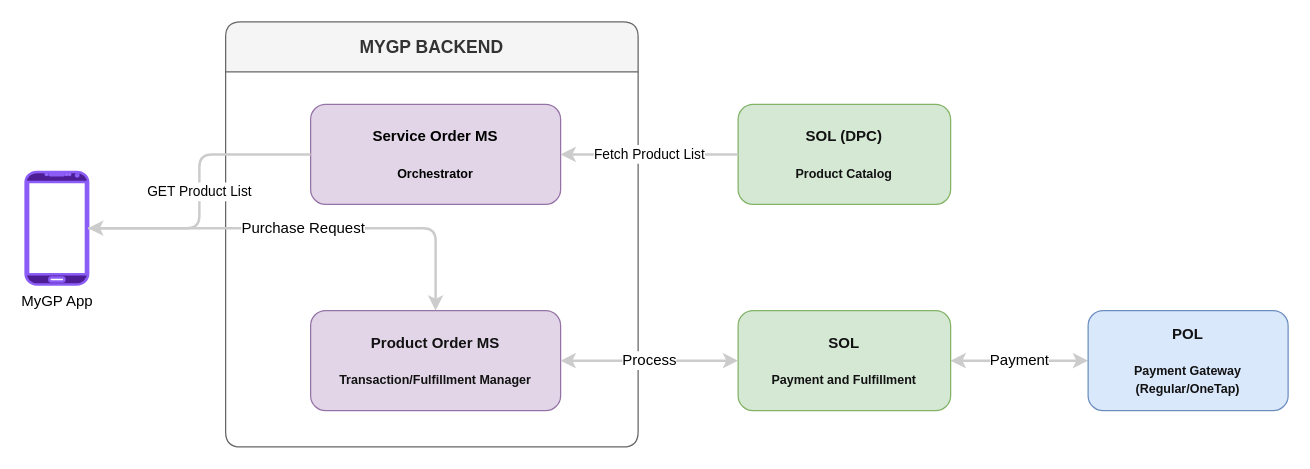
theasad/draw.io keeps this draw.io diagram as MyGP<->SOL Intigration.drawio. Above is the earlier version. Source tidied: cells renumbered, new cells numbered last; positions are measured from the earlier drawing's top-left corner, leaving out a move shared by most shapes. Both pictures are drawn from the tidied source at 125%, with x=0, y=0 at pixel (25, 21).
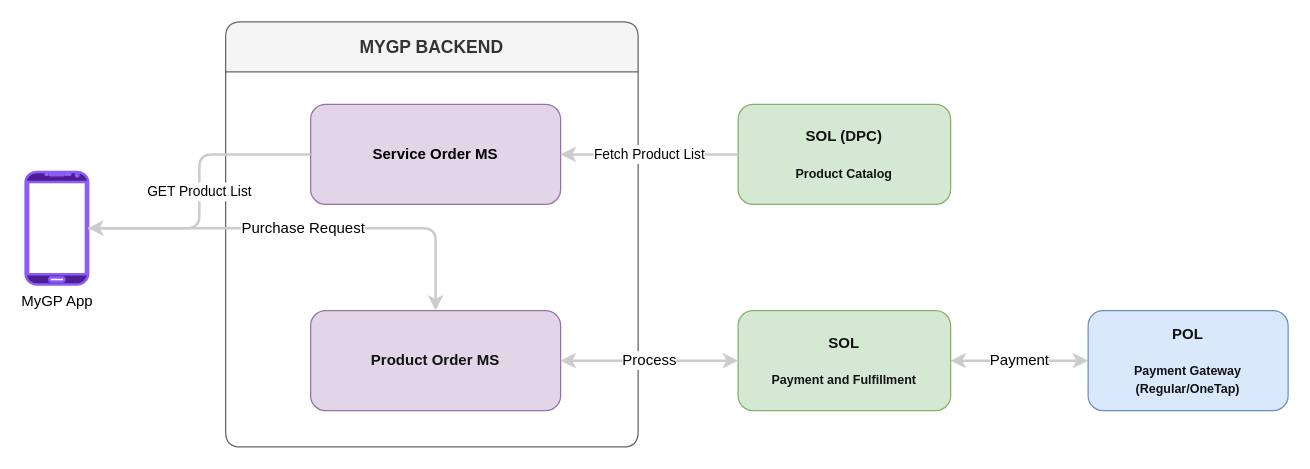
The same page after the edit.

The edit, as a diff of the source:
```diff
@@
 <mxGraphModel>
   <root>
     <mxCell id="0" />
     <mxCell id="1" parent="0" />
     <mxCell id="2" value="MyGP App" style="verticalLabelPosition=bottom;verticalAlign=top;html=1;shadow=0;dashed=0;outlineConnect=0;shape=mxgraph.android.phone2;fillColor=#4c1d95;strokeColor=#8b5cf6;strokeWidth=2;" parent="1" vertex="1">
       <mxGeometry y="120" width="50" height="90" as="geometry" />
     </mxCell>
     <mxCell id="3" value="&lt;span&gt;MYGP BACKEND&lt;/span&gt;" style="swimlane;whiteSpace=wrap;html=1;startSize=40;rounded=1;arcSize=10;fontStyle=1;fontSize=14;fillColor=#f5f5f5;strokeColor=#666666;fontColor=#333333;" parent="1" vertex="1">
       <mxGeometry x="160" width="330" height="340" as="geometry" />
     </mxCell>
-    <mxCell id="4" value="&lt;span style=&quot;font-weight: 700;&quot;&gt;Service Order MS&lt;/span&gt;&lt;br style=&quot;font-weight: 700;&quot;&gt;&lt;br style=&quot;font-weight: 700;&quot;&gt;&lt;small style=&quot;font-weight: 700;&quot;&gt;Orchestrator&lt;/small&gt;" style="rounded=1;whiteSpace=wrap;html=1;fillColor=#e1d5e7;strokeColor=#9673a6;" parent="3" vertex="1">
+    <mxCell id="4" value="&lt;span style=&quot;font-weight: 700;&quot;&gt;Service Order MS&lt;/span&gt;" style="rounded=1;whiteSpace=wrap;html=1;fillColor=#e1d5e7;strokeColor=#9673a6;" parent="3" vertex="1">
       <mxGeometry x="68" y="66" width="200" height="80" as="geometry" />
     </mxCell>
-    <mxCell id="5" value="&lt;span style=&quot;color: rgb(18, 18, 18); font-weight: 700;&quot;&gt;Product Order MS&lt;/span&gt;&lt;br style=&quot;color: rgb(18, 18, 18); font-weight: 700;&quot;&gt;&lt;br style=&quot;color: rgb(18, 18, 18); font-weight: 700;&quot;&gt;&lt;small style=&quot;color: rgb(18, 18, 18); font-weight: 700;&quot;&gt;Transaction/Fulfillment Manager&lt;/small&gt;" style="rounded=1;whiteSpace=wrap;html=1;fillColor=#e1d5e7;strokeColor=#9673a6;" parent="3" vertex="1">
+    <mxCell id="5" value="&lt;span style=&quot;color: rgb(18, 18, 18); font-weight: 700;&quot;&gt;Product Order MS&lt;/span&gt;" style="rounded=1;whiteSpace=wrap;html=1;fillColor=#e1d5e7;strokeColor=#9673a6;" parent="3" vertex="1">
       <mxGeometry x="68" y="231" width="200" height="80" as="geometry" />
     </mxCell>
     <mxCell id="6" value="Purchase Request" style="edgeStyle=orthogonalEdgeStyle;rounded=1;html=1;fontSize=12;fontColor=default;strokeColor=#cccccc;strokeWidth=2;entryX=0.5;entryY=0;entryDx=0;entryDy=0;" parent="1" edge="1" source="2" target="5">
       <mxGeometry relative="1" as="geometry" />
     </mxCell>
     <mxCell id="7" value="Payment" style="edgeStyle=orthogonalEdgeStyle;rounded=1;html=1;fontSize=12;fontColor=default;strokeColor=#cccccc;strokeWidth=2;startArrow=classic;startFill=1;exitX=1;exitY=0.5;exitDx=0;exitDy=0;entryX=0;entryY=0.5;entryDx=0;entryDy=0;" parent="1" edge="1" source="9" target="10">
       <mxGeometry relative="1" as="geometry" />
     </mxCell>
     <mxCell id="8" value="&lt;span style=&quot;color: rgb(18, 18, 18); font-weight: 700;&quot;&gt;SOL (DPC)&lt;/span&gt;&lt;br style=&quot;color: rgb(18, 18, 18); font-weight: 700;&quot;&gt;&lt;br style=&quot;color: rgb(18, 18, 18); font-weight: 700;&quot;&gt;&lt;small style=&quot;color: rgb(18, 18, 18); font-weight: 700;&quot;&gt;Product Catalog&lt;/small&gt;" style="rounded=1;whiteSpace=wrap;html=1;fillColor=#d5e8d4;strokeColor=#82b366;" parent="1" vertex="1">
       <mxGeometry x="570" y="66" width="170" height="80" as="geometry" />
     </mxCell>
     <mxCell id="9" value="&lt;span style=&quot;color: rgb(18, 18, 18); font-weight: 700;&quot;&gt;SOL&lt;/span&gt;&lt;br style=&quot;color: rgb(18, 18, 18); font-weight: 700;&quot;&gt;&lt;br style=&quot;color: rgb(18, 18, 18); font-weight: 700;&quot;&gt;&lt;small style=&quot;color: rgb(18, 18, 18); font-weight: 700;&quot;&gt;Payment and Fulfillment&lt;/small&gt;" style="rounded=1;whiteSpace=wrap;html=1;fillColor=#d5e8d4;strokeColor=#82b366;" parent="1" vertex="1">
       <mxGeometry x="570" y="231" width="170" height="80" as="geometry" />
     </mxCell>
     <mxCell id="10" value="&lt;span style=&quot;color: rgb(18, 18, 18); font-weight: 700;&quot;&gt;POL&lt;/span&gt;&lt;br style=&quot;color: rgb(18, 18, 18); font-weight: 700;&quot;&gt;&lt;br style=&quot;color: rgb(18, 18, 18); font-weight: 700;&quot;&gt;&lt;small style=&quot;color: rgb(18, 18, 18); font-weight: 700;&quot;&gt;Payment Gateway (Regular/OneTap)&lt;/small&gt;" style="rounded=1;whiteSpace=wrap;html=1;fillColor=#dae8fc;strokeColor=#6c8ebf;" parent="1" vertex="1">
       <mxGeometry x="850" y="231" width="160" height="80" as="geometry" />
     </mxCell>
     <mxCell id="11" value="Process" style="edgeStyle=orthogonalEdgeStyle;rounded=1;html=1;fontSize=12;fontColor=default;strokeColor=#cccccc;strokeWidth=2;startArrow=classic;startFill=1;exitX=1;exitY=0.5;exitDx=0;exitDy=0;entryX=0;entryY=0.5;entryDx=0;entryDy=0;" parent="1" edge="1" source="5" target="9">
       <mxGeometry relative="1" as="geometry" />
     </mxCell>
     <mxCell id="12" value="&lt;span style=&quot;font-size: 11px;&quot;&gt;GET Product List&lt;/span&gt;" style="edgeStyle=orthogonalEdgeStyle;rounded=1;html=1;fontSize=12;fontColor=default;strokeColor=#cccccc;strokeWidth=2;exitX=0;exitY=0.5;exitDx=0;exitDy=0;" parent="1" edge="1" source="4" target="2">
       <mxGeometry relative="1" as="geometry" />
     </mxCell>
     <mxCell id="13" value="&lt;span style=&quot;font-size: 11px;&quot;&gt;Fetch Product List&lt;/span&gt;" style="edgeStyle=orthogonalEdgeStyle;rounded=1;html=1;fontSize=12;fontColor=default;strokeColor=#cccccc;strokeWidth=2;exitX=0;exitY=0.5;exitDx=0;exitDy=0;entryX=1;entryY=0.5;entryDx=0;entryDy=0;" parent="1" edge="1" source="8" target="4">
       <mxGeometry relative="1" as="geometry" />
     </mxCell>
   </root>
 </mxGraphModel>
```
